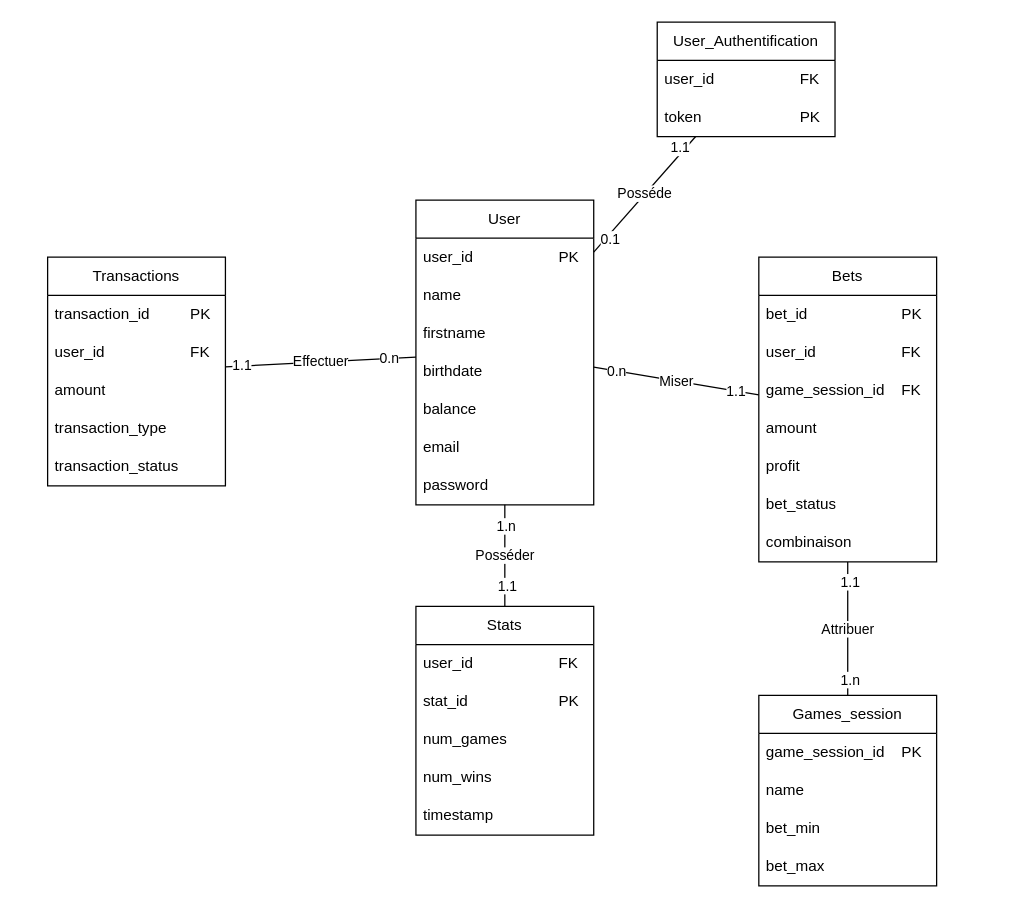
This is db/bon_schema.dio from Akanaifu/Dev-Web-2024, a draw.io file, before an edit. Source tidied: cells renumbered, new cells numbered last; positions are measured from the earlier drawing's top-left corner, leaving out a move shared by most shapes. Both pictures are drawn from the tidied source at 127%, with x=0, y=0 at pixel (47, 22).
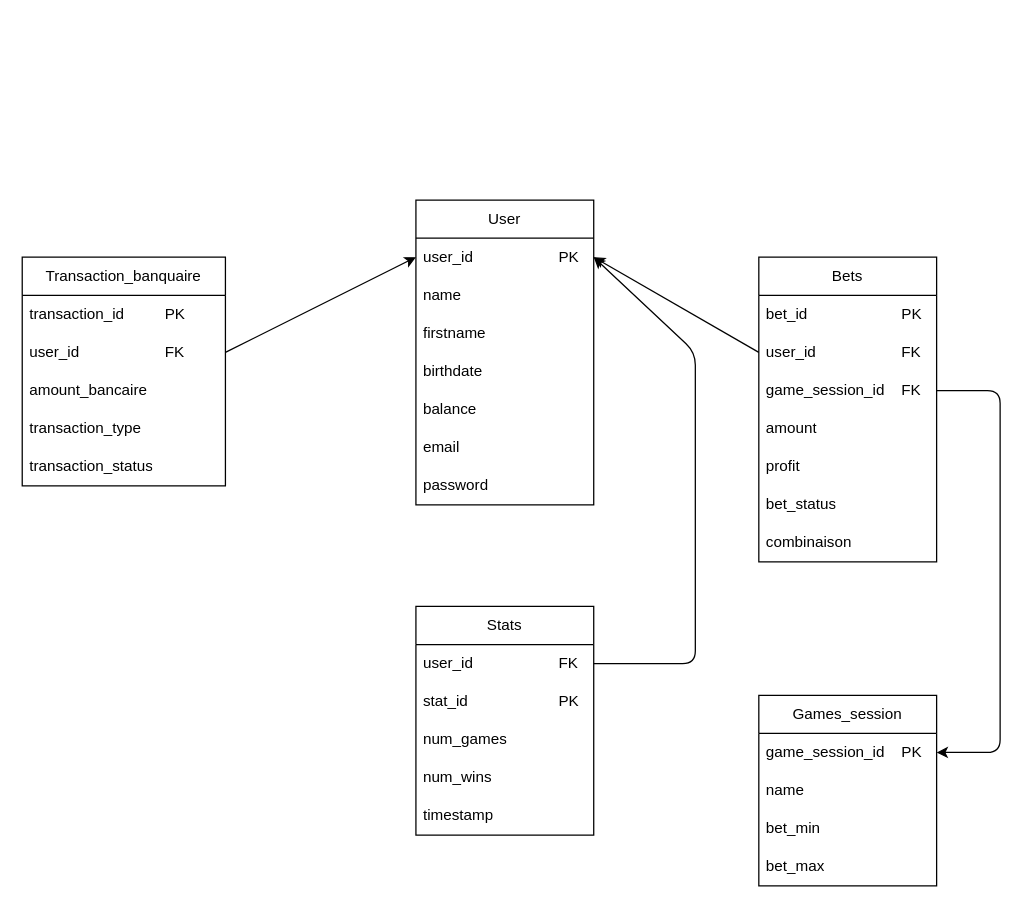
The same page after the edit.

Commit message (it also covers changes not shown here):
Refactor database schema diagram: updated swimlane properties, adjusted geometry dimensions, and improved edge connections for clarity and consistency.

The change refers to these unchanged cells:
```xml
<mxCell id="2" value="Stats" style="swimlane;fontStyle=0;horizontal=1;startSize=30;whiteSpace=wrap;html=1;" parent="1" vertex="1">
  <mxGeometry x="290" y="460" width="140" height="180" as="geometry" />
</mxCell>
<mxCell id="3" value="user_id&lt;span style=&quot;white-space: pre;&quot;&gt;&#9;&lt;/span&gt;&lt;span style=&quot;white-space: pre;&quot;&gt;&#9;&lt;/span&gt;&lt;span style=&quot;white-space: pre;&quot;&gt;&#9;&lt;/span&gt;FK" style="text;strokeColor=none;fillColor=none;align=left;verticalAlign=middle;spacingLeft=4;spacingRight=4;overflow=hidden;points=[[0,0.5],[1,0.5]];portConstraint=eastwest;whiteSpace=wrap;html=1;" parent="2" vertex="1">
  <mxGeometry y="30" width="140" height="30" as="geometry" />
</mxCell>
<mxCell id="8" value="Games_session" style="swimlane;fontStyle=0;horizontal=1;startSize=30;whiteSpace=wrap;html=1;" parent="1" vertex="1">
  <mxGeometry x="560" y="530" width="140" height="150" as="geometry" />
</mxCell>
<mxCell id="9" value="game_session_id&lt;span style=&quot;white-space: pre;&quot;&gt;&#9;&lt;/span&gt;PK" style="text;strokeColor=none;fillColor=none;align=left;verticalAlign=middle;spacingLeft=4;spacingRight=4;overflow=hidden;points=[[0,0.5],[1,0.5]];portConstraint=eastwest;whiteSpace=wrap;html=1;" parent="8" vertex="1">
  <mxGeometry y="30" width="140" height="30" as="geometry" />
</mxCell>
<mxCell id="13" value="User" style="swimlane;fontStyle=0;horizontal=1;startSize=30;whiteSpace=wrap;html=1;" parent="1" vertex="1">
  <mxGeometry x="290" y="140" width="140" height="240" as="geometry" />
</mxCell>
<mxCell id="14" value="user_id&lt;span style=&quot;white-space: pre;&quot;&gt;&#9;&lt;/span&gt;&lt;span style=&quot;white-space: pre;&quot;&gt;&#9;&lt;/span&gt;&lt;span style=&quot;white-space: pre;&quot;&gt;&#9;&lt;/span&gt;PK" style="text;strokeColor=none;fillColor=none;align=left;verticalAlign=middle;spacingLeft=4;spacingRight=4;overflow=hidden;points=[[0,0.5],[1,0.5]];portConstraint=eastwest;whiteSpace=wrap;html=1;" parent="13" vertex="1">
  <mxGeometry y="30" width="140" height="30" as="geometry" />
</mxCell>
<mxCell id="27" value="Bets" style="swimlane;fontStyle=0;horizontal=1;startSize=30;whiteSpace=wrap;html=1;" parent="1" vertex="1">
  <mxGeometry x="560" y="185" width="140" height="240" as="geometry" />
</mxCell>
<mxCell id="29" value="user_id&lt;span style=&quot;white-space: pre;&quot;&gt;&#9;&lt;/span&gt;&lt;span style=&quot;white-space: pre;&quot;&gt;&#9;&lt;/span&gt;&lt;span style=&quot;white-space: pre;&quot;&gt;&#9;&lt;/span&gt;FK" style="text;strokeColor=none;fillColor=none;align=left;verticalAlign=middle;spacingLeft=4;spacingRight=4;overflow=hidden;points=[[0,0.5],[1,0.5]];portConstraint=eastwest;whiteSpace=wrap;html=1;" parent="27" vertex="1">
  <mxGeometry y="60" width="140" height="30" as="geometry" />
</mxCell>
<mxCell id="30" value="game_session_id&lt;span style=&quot;white-space: pre;&quot;&gt;&#9;&lt;/span&gt;FK" style="text;strokeColor=none;fillColor=none;align=left;verticalAlign=middle;spacingLeft=4;spacingRight=4;overflow=hidden;points=[[0,0.5],[1,0.5]];portConstraint=eastwest;whiteSpace=wrap;html=1;" parent="27" vertex="1">
  <mxGeometry y="90" width="140" height="30" as="geometry" />
</mxCell>
```

What changed in the source:
```diff
@@
-    <mxCell id="21" value="Transactions" style="swimlane;fontStyle=0;horizontal=1;startSize=30;whiteSpace=wrap;html=1;" parent="1" vertex="1">
-      <mxGeometry y="185" width="140" height="180" as="geometry" />
+    <mxCell id="21" value="Transaction_banquaire" style="swimlane;fontStyle=0;horizontal=1;startSize=30;whiteSpace=wrap;html=1;" parent="1" vertex="1">
+      <mxGeometry x="-20" y="185" width="160" height="180" as="geometry" />
     </mxCell>
     <mxCell id="22" value="transaction_id&lt;span style=&quot;white-space: pre;&quot;&gt;&#9;&lt;/span&gt;&lt;span style=&quot;white-space: pre;&quot;&gt;&#9;&lt;/span&gt;PK" style="text;strokeColor=none;fillColor=none;align=left;verticalAlign=middle;spacingLeft=4;spacingRight=4;overflow=hidden;whiteSpace=wrap;html=1;" parent="21" vertex="1">
-      <mxGeometry y="30" width="140" height="30" as="geometry" />
+      <mxGeometry y="30" width="160" height="30" as="geometry" />
     </mxCell>
     <mxCell id="23" value="user_id&lt;span style=&quot;white-space: pre;&quot;&gt;&#9;&lt;/span&gt;&lt;span style=&quot;white-space: pre;&quot;&gt;&#9;&lt;/span&gt;&lt;span style=&quot;white-space: pre;&quot;&gt;&#9;&lt;/span&gt;FK" style="text;strokeColor=none;fillColor=none;align=left;verticalAlign=middle;spacingLeft=4;spacingRight=4;overflow=hidden;points=[[0,0.5],[1,0.5]];portConstraint=eastwest;whiteSpace=wrap;html=1;" parent="21" vertex="1">
-      <mxGeometry y="60" width="140" height="30" as="geometry" />
+      <mxGeometry y="60" width="160" height="30" as="geometry" />
     </mxCell>
-    <mxCell id="24" value="amount" style="text;strokeColor=none;fillColor=none;align=left;verticalAlign=middle;spacingLeft=4;spacingRight=4;overflow=hidden;whiteSpace=wrap;html=1;" parent="21" vertex="1">
-      <mxGeometry y="90" width="140" height="30" as="geometry" />
+    <mxCell id="24" value="amount_bancaire" style="text;strokeColor=none;fillColor=none;align=left;verticalAlign=middle;spacingLeft=4;spacingRight=4;overflow=hidden;whiteSpace=wrap;html=1;" parent="21" vertex="1">
+      <mxGeometry y="90" width="160" height="30" as="geometry" />
     </mxCell>
     <mxCell id="25" value="transaction_type" style="text;strokeColor=none;fillColor=none;align=left;verticalAlign=middle;spacingLeft=4;spacingRight=4;overflow=hidden;whiteSpace=wrap;html=1;" parent="21" vertex="1">
-      <mxGeometry y="120" width="140" height="30" as="geometry" />
+      <mxGeometry y="120" width="160" height="30" as="geometry" />
     </mxCell>
     <mxCell id="26" value="transaction_status" style="text;strokeColor=none;fillColor=none;align=left;verticalAlign=middle;spacingLeft=4;spacingRight=4;overflow=hidden;whiteSpace=wrap;html=1;" parent="21" vertex="1">
-      <mxGeometry y="150" width="140" height="30" as="geometry" />
+      <mxGeometry y="150" width="160" height="30" as="geometry" />
     </mxCell>
@@
-    <mxCell id="35" value="Miser" style="edgeStyle=none;jettySize=auto;html=1;endArrow=none;endFill=0;" parent="1" edge="1" source="13" target="27">
-      <mxGeometry relative="1" as="geometry" />
-    </mxCell>
-    <mxCell id="36" value="0.n" style="edgeLabel;html=1;align=center;verticalAlign=middle;" parent="35" vertex="1">
-      <mxGeometry x="-0.72" relative="1" as="geometry" />
-    </mxCell>
-    <mxCell id="37" value="1.1" style="edgeLabel;html=1;align=center;verticalAlign=middle;" parent="35" vertex="1">
-      <mxGeometry x="0.72" relative="1" as="geometry" />
-    </mxCell>
-    <mxCell id="38" value="Effectuer" style="edgeStyle=none;jettySize=auto;html=1;endArrow=none;endFill=0;" parent="1" edge="1" source="13" target="21">
-      <mxGeometry relative="1" as="geometry" />
-    </mxCell>
-    <mxCell id="39" value="0.n" style="edgeLabel;html=1;align=center;verticalAlign=middle;" parent="38" vertex="1">
-      <mxGeometry x="-0.71" relative="1" as="geometry" />
-    </mxCell>
-    <mxCell id="40" value="1.1" style="edgeLabel;html=1;align=center;verticalAlign=middle;" parent="38" vertex="1">
-      <mxGeometry x="0.84" y="-1" relative="1" as="geometry" />
-    </mxCell>
-    <mxCell id="41" value="Posséder" style="edgeStyle=none;jettySize=auto;html=1;endArrow=none;endFill=0;" parent="1" edge="1" source="13" target="2">
-      <mxGeometry relative="1" as="geometry" />
-    </mxCell>
-    <mxCell id="42" value="1.n" style="edgeLabel;html=1;align=center;verticalAlign=middle;" parent="41" vertex="1">
-      <mxGeometry x="-0.6" y="1" relative="1" as="geometry">
-        <mxPoint x="-1" as="offset" />
-      </mxGeometry>
-    </mxCell>
-    <mxCell id="43" value="1.1" style="edgeLabel;html=1;align=center;verticalAlign=middle;" parent="41" vertex="1">
-      <mxGeometry x="0.57" y="1" relative="1" as="geometry" />
-    </mxCell>
-    <mxCell id="44" value="Attribuer" style="edgeStyle=none;jettySize=auto;html=1;endArrow=none;endFill=0;" parent="1" edge="1" source="27" target="8">
-      <mxGeometry relative="1" as="geometry" />
-    </mxCell>
-    <mxCell id="45" value="1.1" style="edgeLabel;html=1;align=center;verticalAlign=middle;" parent="44" vertex="1">
-      <mxGeometry x="-0.71" y="1" relative="1" as="geometry" />
-    </mxCell>
-    <mxCell id="46" value="1.n" style="edgeLabel;html=1;align=center;verticalAlign=middle;" parent="44" vertex="1">
-      <mxGeometry x="0.75" y="1" relative="1" as="geometry" />
-    </mxCell>
-    <mxCell id="47" value="User_Authentification" style="swimlane;fontStyle=0;horizontal=1;startSize=30;whiteSpace=wrap;html=1;" parent="1" vertex="1">
-      <mxGeometry x="480" width="140" height="90" as="geometry" />
-    </mxCell>
-    <mxCell id="48" value="user_id&lt;span style=&quot;white-space: pre;&quot;&gt;&#9;&lt;/span&gt;&lt;span style=&quot;white-space: pre;&quot;&gt;&#9;&lt;/span&gt;&lt;span style=&quot;white-space: pre;&quot;&gt;&#9;&lt;/span&gt;FK" style="text;strokeColor=none;fillColor=none;align=left;verticalAlign=middle;spacingLeft=4;spacingRight=4;overflow=hidden;whiteSpace=wrap;html=1;" parent="47" vertex="1">
-      <mxGeometry y="30" width="140" height="30" as="geometry" />
-    </mxCell>
-    <mxCell id="49" value="token&lt;span style=&quot;white-space: pre;&quot;&gt;&#9;&lt;/span&gt;&lt;span style=&quot;white-space: pre;&quot;&gt;&#9;&lt;/span&gt;&lt;span style=&quot;white-space: pre;&quot;&gt;&#9;&lt;/span&gt;PK" style="text;strokeColor=none;fillColor=none;align=left;verticalAlign=middle;spacingLeft=4;spacingRight=4;overflow=hidden;whiteSpace=wrap;html=1;" parent="47" vertex="1">
-      <mxGeometry y="60" width="140" height="30" as="geometry" />
-    </mxCell>
-    <mxCell id="50" value="Posséde" style="endArrow=none;html=1;" parent="1" edge="1" target="47">
-      <mxGeometry relative="1" as="geometry">
-        <mxPoint x="430" y="181" as="sourcePoint" />
-      </mxGeometry>
-    </mxCell>
-    <mxCell id="51" value="0.1" style="edgeLabel;html=1;align=center;verticalAlign=middle;" parent="50" vertex="1">
-      <mxGeometry x="-0.73" y="-2" relative="1" as="geometry" />
-    </mxCell>
-    <mxCell id="52" value="1.1" style="edgeLabel;html=1;align=center;verticalAlign=middle;" parent="50" vertex="1">
-      <mxGeometry x="0.75" y="3" relative="1" as="geometry">
-        <mxPoint y="-1" as="offset" />
-      </mxGeometry>
-    </mxCell>
+    <mxCell id="53" style="edgeStyle=none;html=1;exitX=1;exitY=0.5;exitDx=0;exitDy=0;entryX=0;entryY=0.5;entryDx=0;entryDy=0;" parent="1" edge="1" source="23" target="14">
+      <mxGeometry relative="1" as="geometry" />
+    </mxCell>
+    <mxCell id="54" style="edgeStyle=none;html=1;exitX=0;exitY=0.5;exitDx=0;exitDy=0;entryX=1;entryY=0.5;entryDx=0;entryDy=0;" parent="1" edge="1" source="29" target="14">
+      <mxGeometry relative="1" as="geometry" />
+    </mxCell>
+    <mxCell id="55" style="edgeStyle=none;html=1;exitX=1;exitY=0.5;exitDx=0;exitDy=0;entryX=1;entryY=0.5;entryDx=0;entryDy=0;" parent="1" edge="1" source="30" target="9">
+      <mxGeometry relative="1" as="geometry">
+        <Array as="points">
+          <mxPoint x="750" y="290" />
+          <mxPoint x="750" y="420" />
+          <mxPoint x="750" y="575" />
+        </Array>
+      </mxGeometry>
+    </mxCell>
+    <mxCell id="56" style="edgeStyle=none;html=1;exitX=1;exitY=0.5;exitDx=0;exitDy=0;entryX=1;entryY=0.5;entryDx=0;entryDy=0;" parent="1" edge="1" source="3" target="14">
+      <mxGeometry relative="1" as="geometry">
+        <Array as="points">
+          <mxPoint x="510" y="505" />
+          <mxPoint x="510" y="260" />
+        </Array>
+      </mxGeometry>
+    </mxCell>
```
